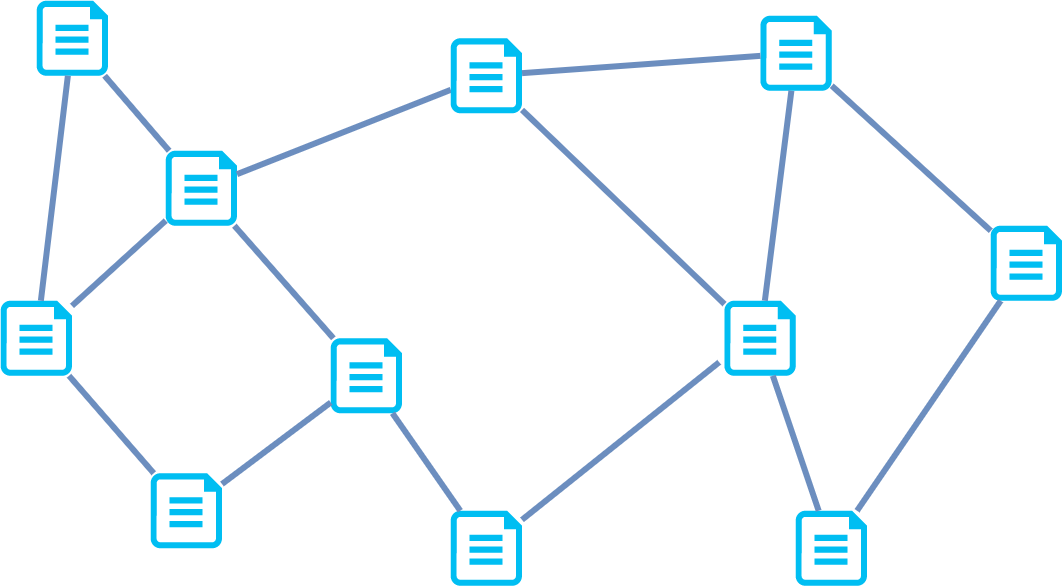
Earlier version of the draw.io export assets/images/web.png (raaaahman/web-development-lessons). Source tidied: cells renumbered, new cells last; positions are measured from the earlier drawing's top-left corner, leaving out a move shared by most shapes.
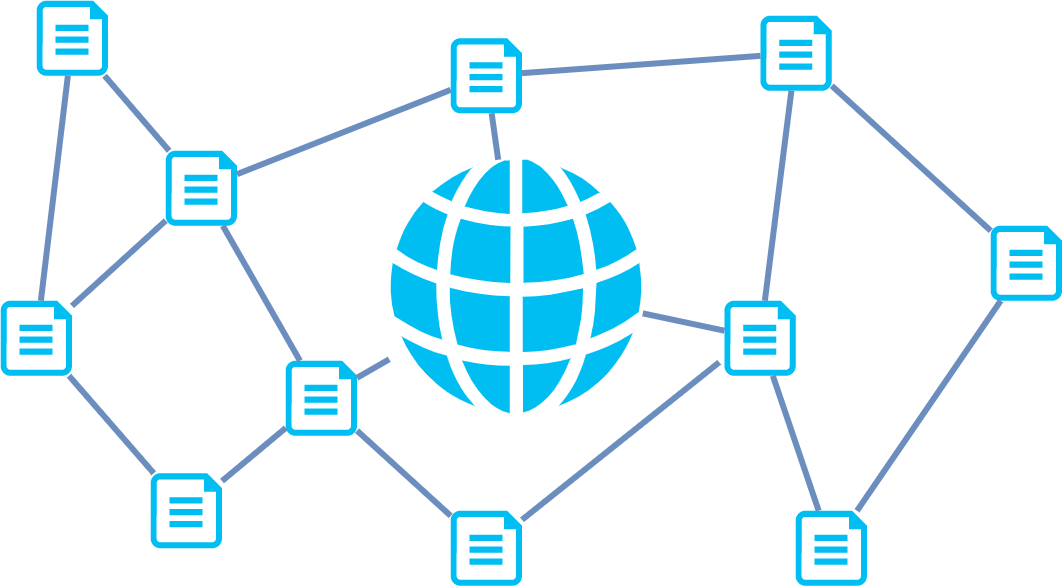
The same diagram one commit later.

What changed in the source:
```diff
@@ -15,7 +15,7 @@
       <mxGeometry x="24" width="47.5" height="50" as="geometry" />
     </mxCell>
     <mxCell id="6" style="verticalLabelPosition=bottom;html=1;verticalAlign=top;align=center;strokeColor=none;fillColor=#00BEF2;shape=mxgraph.azure.cloud_services_configuration_file;" parent="1" vertex="1">
-      <mxGeometry x="220" y="225" width="47.5" height="50" as="geometry" />
+      <mxGeometry x="190" y="240" width="47.5" height="50" as="geometry" />
     </mxCell>
     <mxCell id="7" style="endArrow=none;html=1;fillColor=#dae8fc;strokeColor=#6c8ebf;strokeWidth=4;" parent="1" edge="1" source="3" target="5">
       <mxGeometry relative="1" as="geometry" />
@@ -53,7 +53,7 @@
     <mxCell id="18" style="verticalLabelPosition=bottom;html=1;verticalAlign=top;align=center;strokeColor=none;fillColor=#00BEF2;shape=mxgraph.azure.cloud_services_configuration_file;" parent="1" vertex="1">
       <mxGeometry x="660" y="150" width="47.5" height="50" as="geometry" />
     </mxCell>
-    <mxCell id="19" style="endArrow=none;html=1;fillColor=#dae8fc;strokeColor=#6c8ebf;strokeWidth=4;" parent="1" edge="1" source="15" target="17">
+    <mxCell id="19" style="endArrow=none;html=1;fillColor=#dae8fc;strokeColor=#6c8ebf;strokeWidth=4;" parent="1" edge="1" source="28" target="17">
       <mxGeometry relative="1" as="geometry" />
     </mxCell>
     <mxCell id="20" style="endArrow=none;html=1;fillColor=#dae8fc;strokeColor=#6c8ebf;strokeWidth=4;" parent="1" edge="1" source="14" target="17">
@@ -80,5 +80,14 @@
     <mxCell id="27" style="endArrow=none;html=1;strokeWidth=4;fillColor=#dae8fc;strokeColor=#6c8ebf;entryX=-0.074;entryY=0.82;entryDx=0;entryDy=0;entryPerimeter=0;" parent="1" edge="1" source="25" target="15">
       <mxGeometry relative="1" as="geometry" />
     </mxCell>
+    <mxCell id="28" style="shadow=0;dashed=0;html=1;strokeColor=none;fillColor=#00BEF2;labelPosition=center;verticalLabelPosition=bottom;verticalAlign=top;outlineConnect=0;align=center;shape=mxgraph.office.concepts.globe_internet;" parent="1" vertex="1">
+      <mxGeometry x="259" y="106" width="169" height="169" as="geometry" />
+    </mxCell>
+    <mxCell id="29" style="endArrow=none;html=1;fillColor=#dae8fc;strokeColor=#6c8ebf;strokeWidth=4;" parent="1" edge="1" source="6" target="28">
+      <mxGeometry relative="1" as="geometry" />
+    </mxCell>
+    <mxCell id="30" style="endArrow=none;html=1;fillColor=#dae8fc;strokeColor=#6c8ebf;strokeWidth=4;" parent="1" edge="1" source="15" target="28">
+      <mxGeometry relative="1" as="geometry" />
+    </mxCell>
   </root>
 </mxGraphModel>
```
